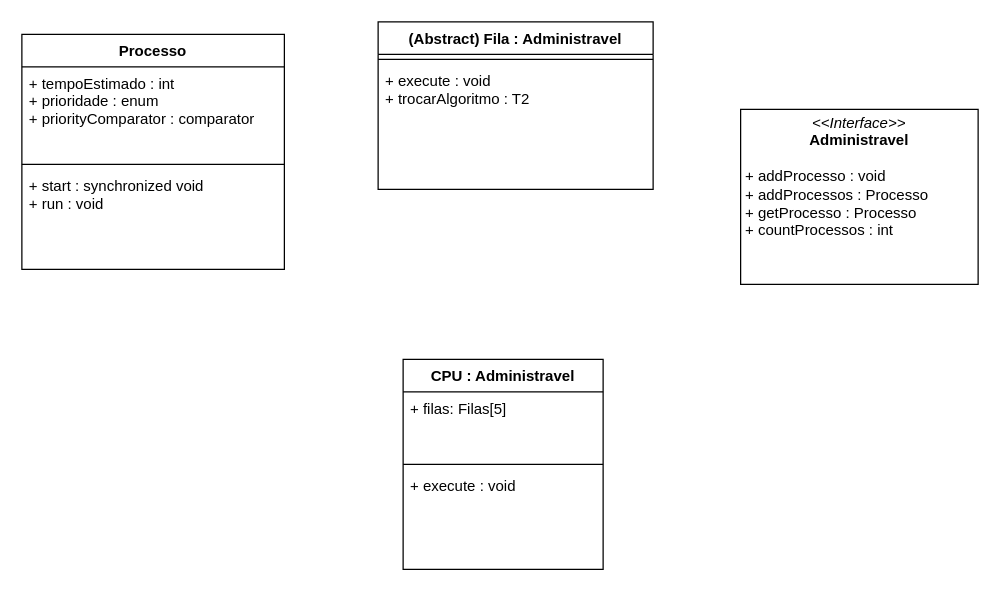
The draw.io diagram test.drawio in Fenekito/MultiProcessador, before the edit. Source tidied: cells renumbered, new cells numbered last; positions are measured from the earlier drawing's top-left corner, leaving out a move shared by most shapes. Both pictures are drawn from the tidied source at 125%, with x=0, y=0 at pixel (21, 21).
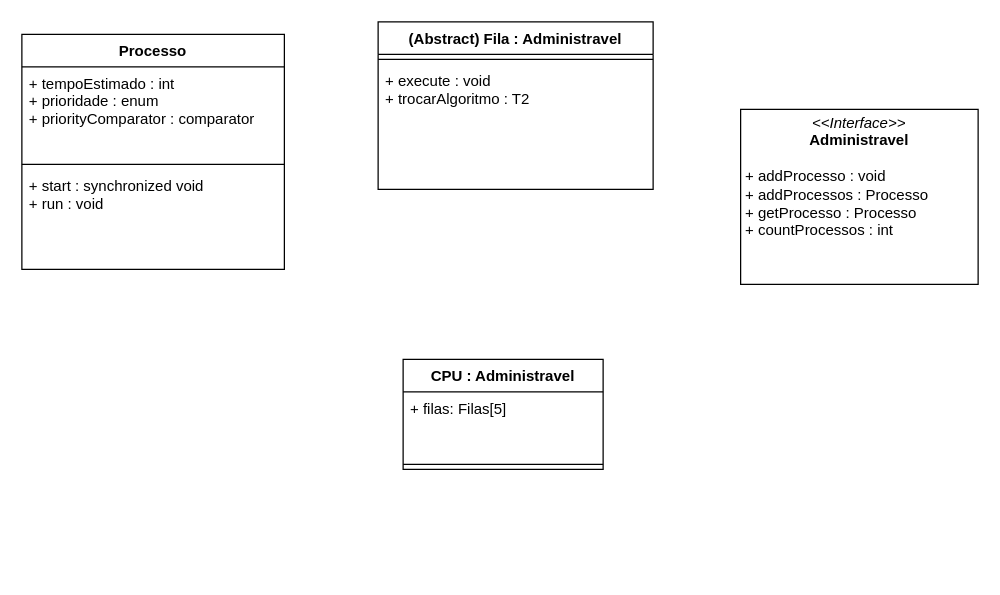
Above is the later version.

Diff of the diagram source:
```diff
@@
 <mxGraphModel>
   <root>
     <mxCell id="0" />
     <mxCell id="1" parent="0" />
     <mxCell id="2" value="Processo" style="swimlane;fontStyle=1;align=center;verticalAlign=top;horizontal=1;startSize=26;glass=0;" parent="1" vertex="1">
       <mxGeometry y="10" width="210" height="188" as="geometry" />
     </mxCell>
     <mxCell id="3" value="+ tempoEstimado : int&#10;+ prioridade : enum&#10;+ priorityComparator : comparator" style="text;strokeColor=none;fillColor=none;align=left;verticalAlign=top;spacingLeft=4;spacingRight=4;overflow=hidden;glass=0;" parent="2" vertex="1">
       <mxGeometry y="26" width="210" height="74" as="geometry" />
     </mxCell>
     <mxCell id="4" style="line;strokeWidth=1;fillColor=none;align=left;verticalAlign=middle;spacingTop=-1;spacingLeft=3;spacingRight=3;labelPosition=right;strokeColor=inherit;glass=0;" parent="2" vertex="1">
       <mxGeometry y="100" width="210" height="8" as="geometry" />
     </mxCell>
     <mxCell id="5" value="+ start : synchronized void&#10;+ run : void" style="text;strokeColor=none;fillColor=none;align=left;verticalAlign=top;spacingLeft=4;spacingRight=4;overflow=hidden;glass=0;" parent="2" vertex="1">
       <mxGeometry y="108" width="210" height="80" as="geometry" />
     </mxCell>
     <mxCell id="6" value="(Abstract) Fila : Administravel" style="swimlane;fontStyle=1;align=center;verticalAlign=top;horizontal=1;startSize=26;glass=0;" parent="1" vertex="1">
       <mxGeometry x="285" width="220" height="134" as="geometry" />
     </mxCell>
     <mxCell id="7" style="line;strokeWidth=1;fillColor=none;align=left;verticalAlign=middle;spacingTop=-1;spacingLeft=3;spacingRight=3;labelPosition=right;strokeColor=inherit;glass=0;" parent="6" vertex="1">
       <mxGeometry y="26" width="220" height="8" as="geometry" />
     </mxCell>
     <mxCell id="8" value="+ execute : void&#10;+ trocarAlgoritmo : T2&#10;" style="text;strokeColor=none;fillColor=none;align=left;verticalAlign=top;spacingLeft=4;spacingRight=4;overflow=hidden;glass=0;" parent="6" vertex="1">
       <mxGeometry y="34" width="220" height="100" as="geometry" />
     </mxCell>
     <mxCell id="9" value="&lt;p style=&quot;margin:0px;margin-top:4px;text-align:center;&quot;&gt;&lt;i&gt;&amp;lt;&amp;lt;Interface&amp;gt;&amp;gt;&lt;/i&gt;&lt;br&gt;&lt;b&gt;Administravel&lt;/b&gt;&lt;/p&gt;&lt;p style=&quot;margin:0px;margin-left:4px;&quot;&gt;&lt;/p&gt;&lt;p style=&quot;margin:0px;margin-left:4px;&quot;&gt;&lt;br&gt;&lt;/p&gt;&lt;p style=&quot;margin:0px;margin-left:4px;&quot;&gt;+ addProcesso : void&lt;/p&gt;&lt;p style=&quot;margin:0px;margin-left:4px;&quot;&gt;+ addProcessos : Processo&lt;br&gt;+ getProcesso : Processo&lt;/p&gt;&lt;p style=&quot;margin:0px;margin-left:4px;&quot;&gt;+ countProcessos : int&lt;/p&gt;" style="verticalAlign=top;align=left;overflow=fill;fontSize=12;fontFamily=Helvetica;html=1;glass=0;" parent="1" vertex="1">
       <mxGeometry x="575" y="70" width="190" height="140" as="geometry" />
     </mxCell>
     <mxCell id="10" value="CPU : Administravel" style="swimlane;fontStyle=1;align=center;verticalAlign=top;horizontal=1;startSize=26;" parent="1" vertex="1">
-      <mxGeometry x="305" y="270" width="160" height="168" as="geometry" />
+      <mxGeometry x="305" y="270" width="160" height="88" as="geometry" />
     </mxCell>
     <mxCell id="11" value="+ filas: Filas[5]" style="text;strokeColor=none;fillColor=none;align=left;verticalAlign=top;spacingLeft=4;spacingRight=4;overflow=hidden;" parent="10" vertex="1">
       <mxGeometry y="26" width="160" height="54" as="geometry" />
     </mxCell>
     <mxCell id="12" style="line;strokeWidth=1;fillColor=none;align=left;verticalAlign=middle;spacingTop=-1;spacingLeft=3;spacingRight=3;labelPosition=right;strokeColor=inherit;" parent="10" vertex="1">
       <mxGeometry y="80" width="160" height="8" as="geometry" />
     </mxCell>
-    <mxCell id="13" value="+ execute : void" style="text;strokeColor=none;fillColor=none;align=left;verticalAlign=top;spacingLeft=4;spacingRight=4;overflow=hidden;" parent="10" vertex="1">
-      <mxGeometry y="88" width="160" height="80" as="geometry" />
-    </mxCell>
   </root>
 </mxGraphModel>
```
